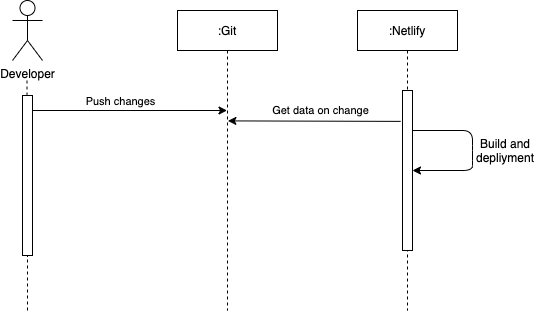
Before: JAMStack/JAMStack Sequence Diagram.png, a diagram exported from draw.io (smitbmx/Architecture-Diagrams). Source tidied: cells renumbered, new cells last; positions are measured from the earlier drawing's top-left corner, leaving out a move shared by most shapes.
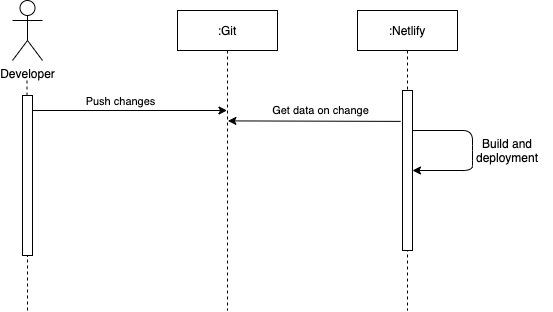
After the change.

Change to the diagram source:
```diff
@@ -56,8 +56,8 @@
         </Array>
       </mxGeometry>
     </mxCell>
-    <mxCell id="14" value="Build and depliyment" style="text;html=1;strokeColor=none;fillColor=none;align=center;verticalAlign=middle;whiteSpace=wrap;rounded=0;" parent="1" vertex="1">
-      <mxGeometry x="448" y="140" width="90" height="20" as="geometry" />
+    <mxCell id="14" value="Build and deployment" style="text;html=1;strokeColor=none;fillColor=none;align=center;verticalAlign=middle;whiteSpace=wrap;rounded=0;" parent="1" vertex="1">
+      <mxGeometry x="450" y="140" width="90" height="20" as="geometry" />
     </mxCell>
   </root>
 </mxGraphModel>
```
